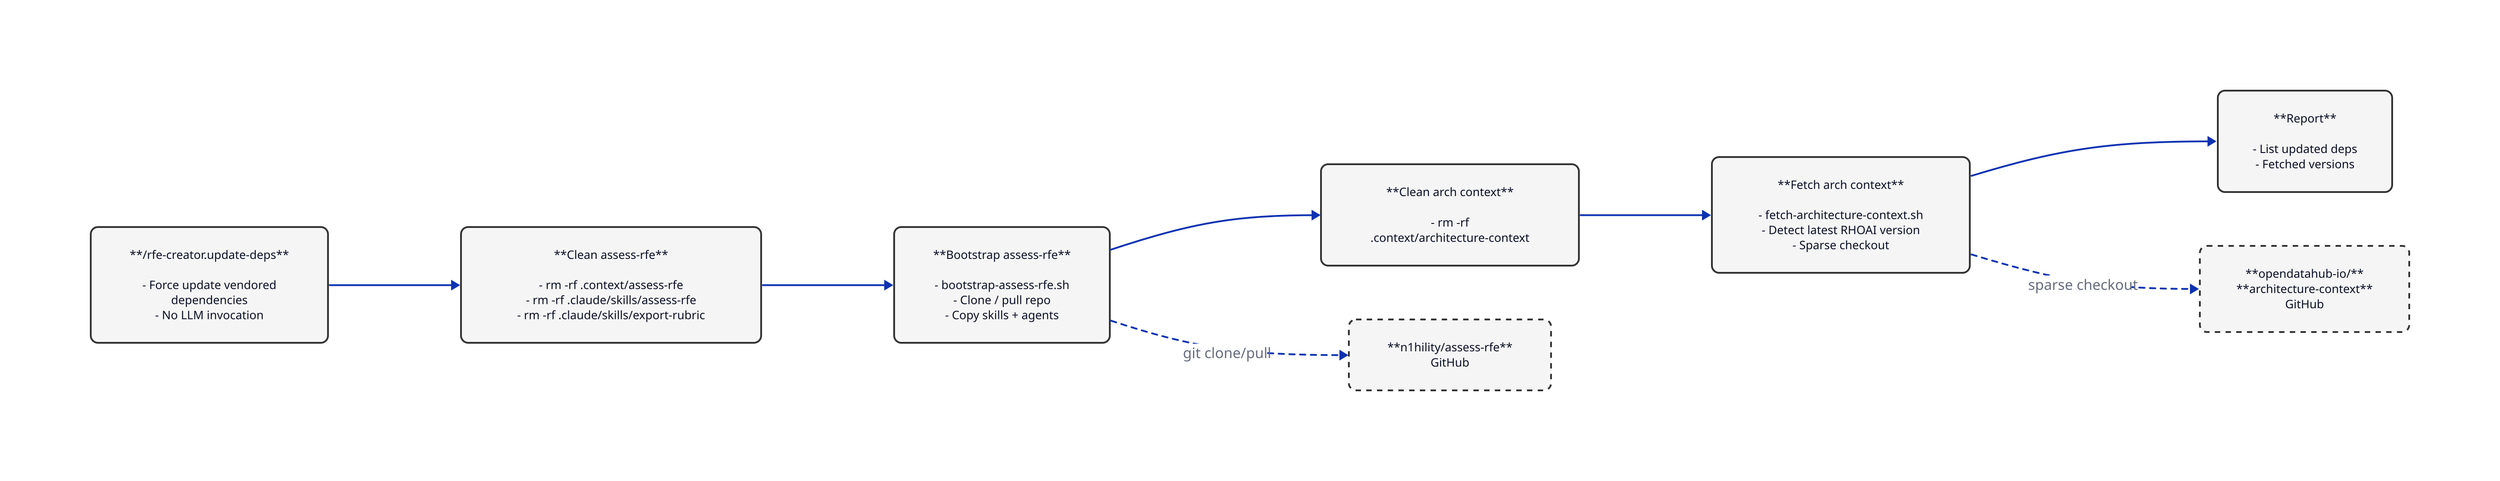
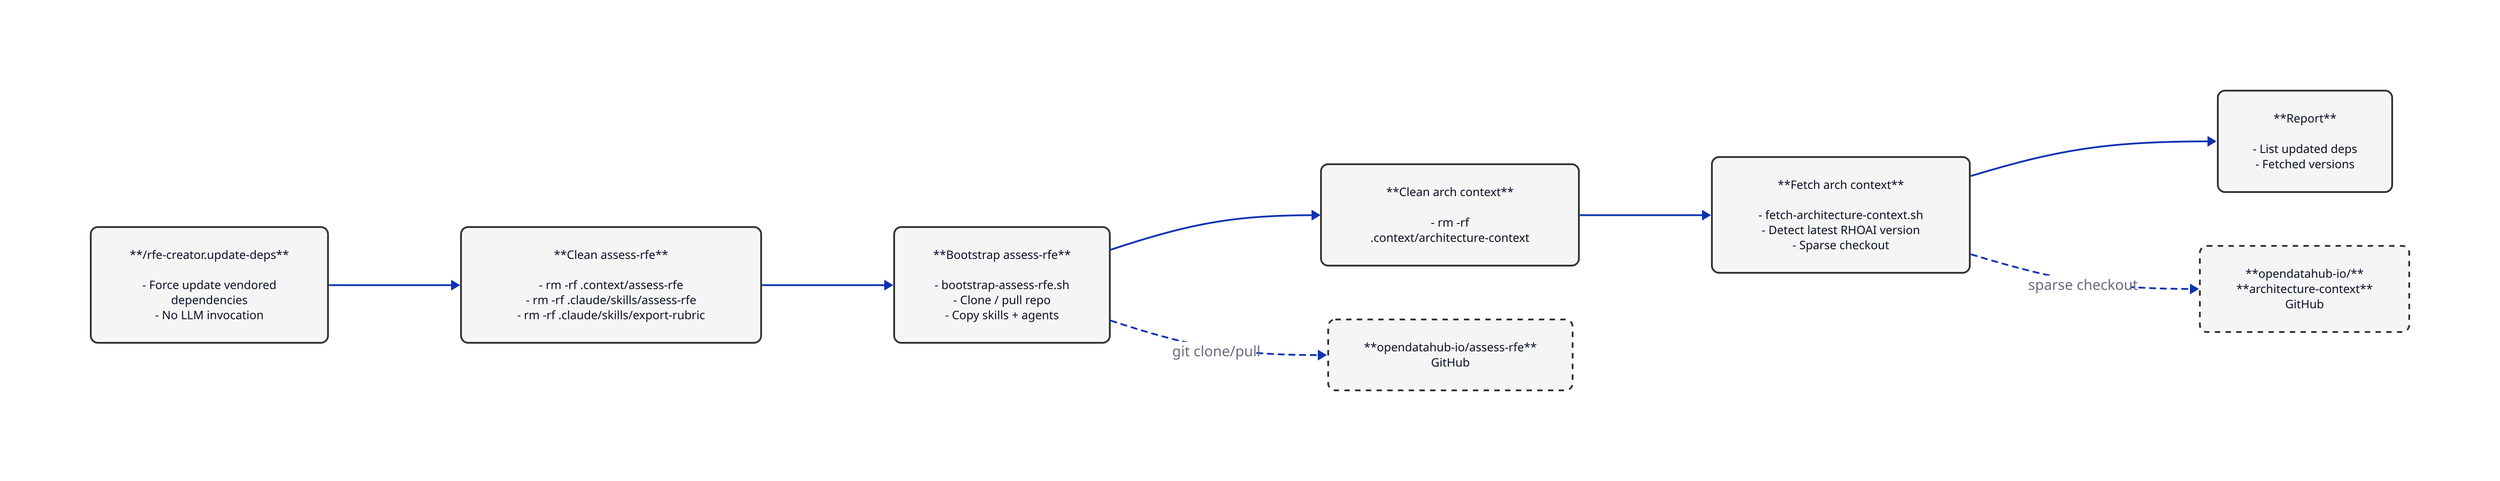
direction: right

*.style.border-radius: 8
*.style.font-size: 13
*.style.fill: "#f5f5f5"
*.style.stroke: "#333333"

# --- Entry ---

entry: |md
  **/rfe-creator.update-deps**

  - Force update vendored
    dependencies
  - No LLM invocation
| {
  shape: rectangle
  style.fill: "#f5f5f5"
  style.stroke: "#333333"
  style.stroke-width: 2
}

# --- Step 1: Update assess-rfe ---

clean-assess: |md
  **Clean assess-rfe**

  - rm -rf .context/assess-rfe
  - rm -rf .claude/skills/assess-rfe
  - rm -rf .claude/skills/export-rubric
| {
  shape: rectangle
  style.fill: "#f5f5f5"
  style.stroke: "#333333"
  style.stroke-width: 2
}

bootstrap-assess: |md
  **Bootstrap assess-rfe**

  - bootstrap-assess-rfe.sh
  - Clone / pull repo
  - Copy skills + agents
| {
  shape: rectangle
  style.fill: "#f5f5f5"
  style.stroke: "#333333"
  style.stroke-width: 2
}

# --- Step 2: Update architecture context ---

clean-arch: |md
  **Clean arch context**

  - rm -rf
    .context/architecture-context
| {
  shape: rectangle
  style.fill: "#f5f5f5"
  style.stroke: "#333333"
  style.stroke-width: 2
}

fetch-arch: |md
  **Fetch arch context**

  - fetch-architecture-context.sh
  - Detect latest RHOAI version
  - Sparse checkout
| {
  shape: rectangle
  style.fill: "#f5f5f5"
  style.stroke: "#333333"
  style.stroke-width: 2
}

# --- Step 3: Report ---

report: |md
  **Report**

  - List updated deps
  - Fetched versions
| {
  shape: rectangle
  style.fill: "#f5f5f5"
  style.stroke: "#333333"
  style.stroke-width: 2
}

# --- External ---

assess-rfe-repo: |md
-   **n1hility/assess-rfe**
+   **opendatahub-io/assess-rfe**
  GitHub
| {
  shape: rectangle
  style.fill: "#f5f5f5"
  style.stroke: "#333333"
  style.stroke-width: 2
  style.stroke-dash: 3
}

arch-repo: |md
  **opendatahub-io/**
  **architecture-context**
  GitHub
| {
  shape: rectangle
  style.fill: "#f5f5f5"
  style.stroke: "#333333"
  style.stroke-width: 2
  style.stroke-dash: 3
}

# --- Edges ---

entry -> clean-assess
clean-assess -> bootstrap-assess
bootstrap-assess -> clean-arch
clean-arch -> fetch-arch
fetch-arch -> report

# External edges
bootstrap-assess -> assess-rfe-repo: "git clone/pull" {
  style.stroke-dash: 3
}
fetch-arch -> arch-repo: "sparse checkout" {
  style.stroke-dash: 3
}
